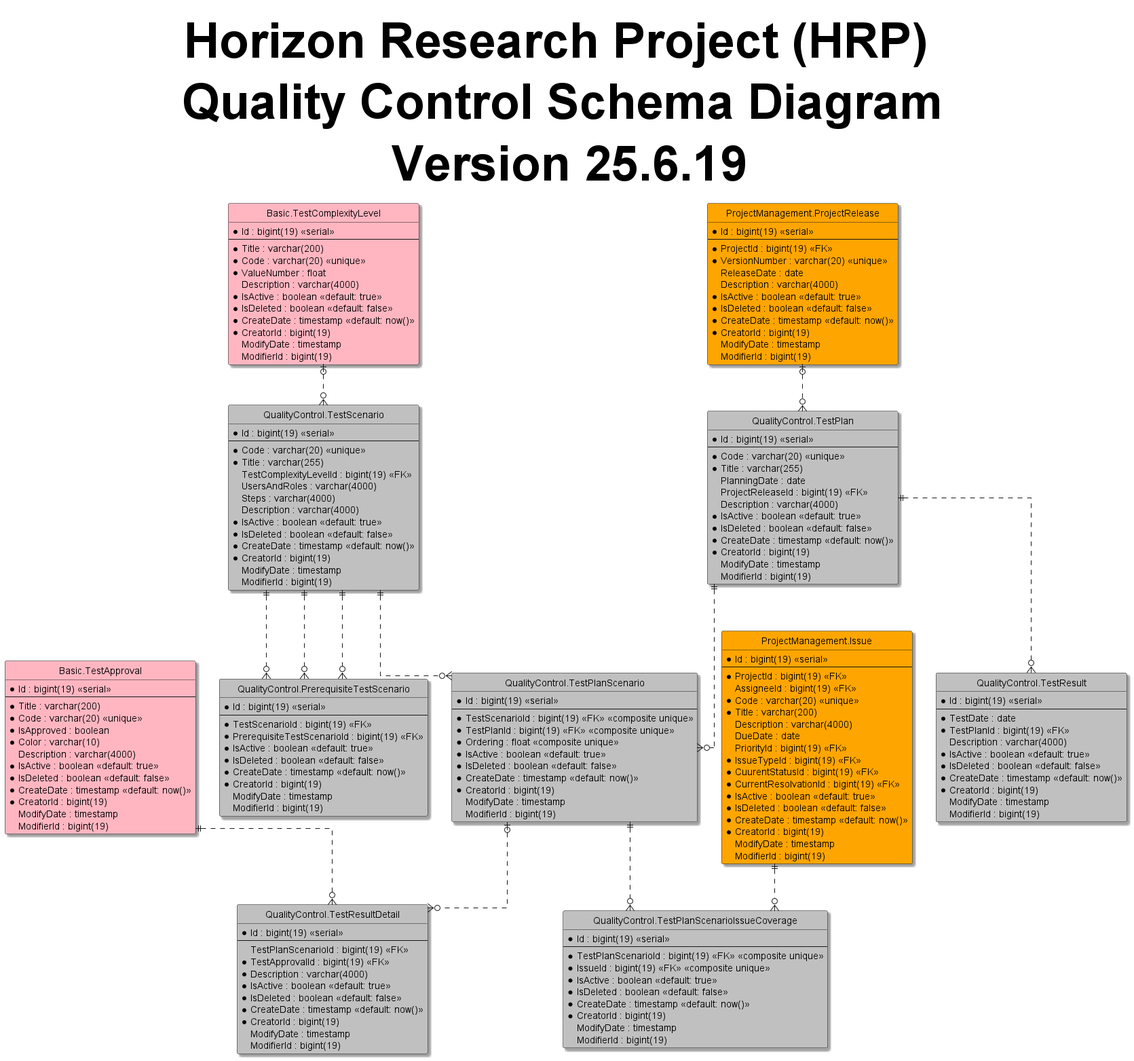
This is 3-HorizonModeling/3.1-HorizonUml/out/ERD/Schemas/QualityControlSchemaDiagram.png from shadowfox1984/Horizon, a PlantUML export, as it was before one commit.
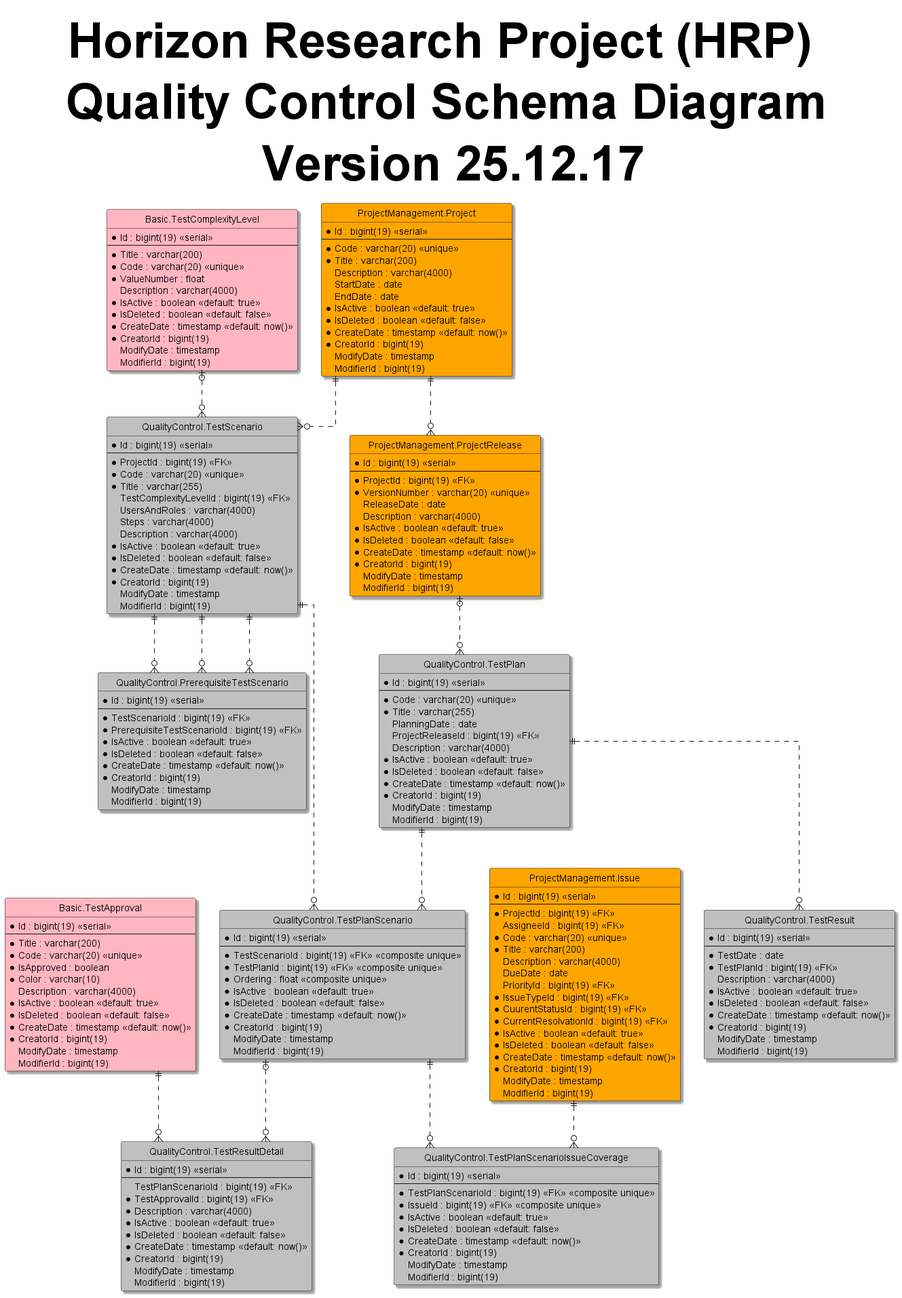
After the change.

Diff of the diagram source:
```diff
@@ -5,7 +5,7 @@
 skinparam Shadowing True
 skinparam TitleFontSize 72pt
 
-title Horizon Research Project (HRP) \n Quality Control Schema Diagram \n Version 25.6.19
+title Horizon Research Project (HRP) \n Quality Control Schema Diagram \n Version 25.12.17
 
 entity "Basic.TestApproval" as testApproval #LightPink{
   *Id : bigint(19) <<serial>>
@@ -30,6 +30,22 @@
   *Code : varchar(20) <<unique>>
   *ValueNumber : float
   Description : varchar(4000)
+  *IsActive : boolean <<default: true>>
+  *IsDeleted : boolean <<default: false>>
+  *CreateDate : timestamp <<default: now()>>
+  *CreatorId : bigint(19)
+  ModifyDate : timestamp
+  ModifierId : bigint(19)
+}
+
+entity "ProjectManagement.Project" as project #Orange{
+  *Id : bigint(19) <<serial>>
+  --
+  *Code : varchar(20) <<unique>>
+  *Title : varchar(200)
+  Description : varchar(4000)
+  StartDate : date
+  EndDate : date
   *IsActive : boolean <<default: true>>
   *IsDeleted : boolean <<default: false>>
   *CreateDate : timestamp <<default: now()>>
@@ -77,6 +93,7 @@
 entity "QualityControl.TestScenario" as testScenario #Silver{
   *Id : bigint(19) <<serial>>
   --
+  *ProjectId : bigint(19) <<FK>>
   *Code : varchar(20) <<unique>>
   *Title : varchar(255)
   TestComplexityLevelId : bigint(19) <<FK>>
@@ -175,6 +192,8 @@
   ModifierId : bigint(19)
 }
 
+project ||..o{ release
+project ||..o{ testScenario
 testComplexityLevel |o..o{ testScenario
 testScenario ||..o{ prerequisiteTestScenario
 testScenario ||..o{ prerequisiteTestScenario
```
